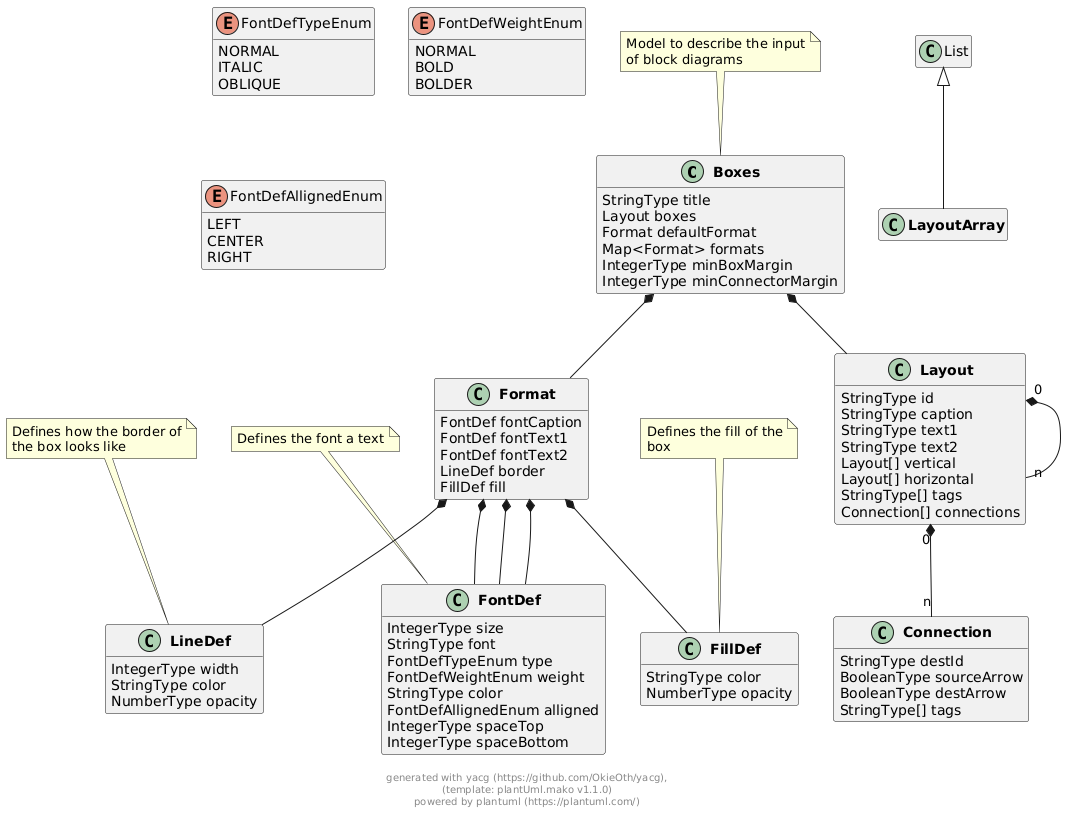
This is docs/models/png/boxes.png from OkieOth/draw.chart.things, a PlantUML export, as it was before one commit.
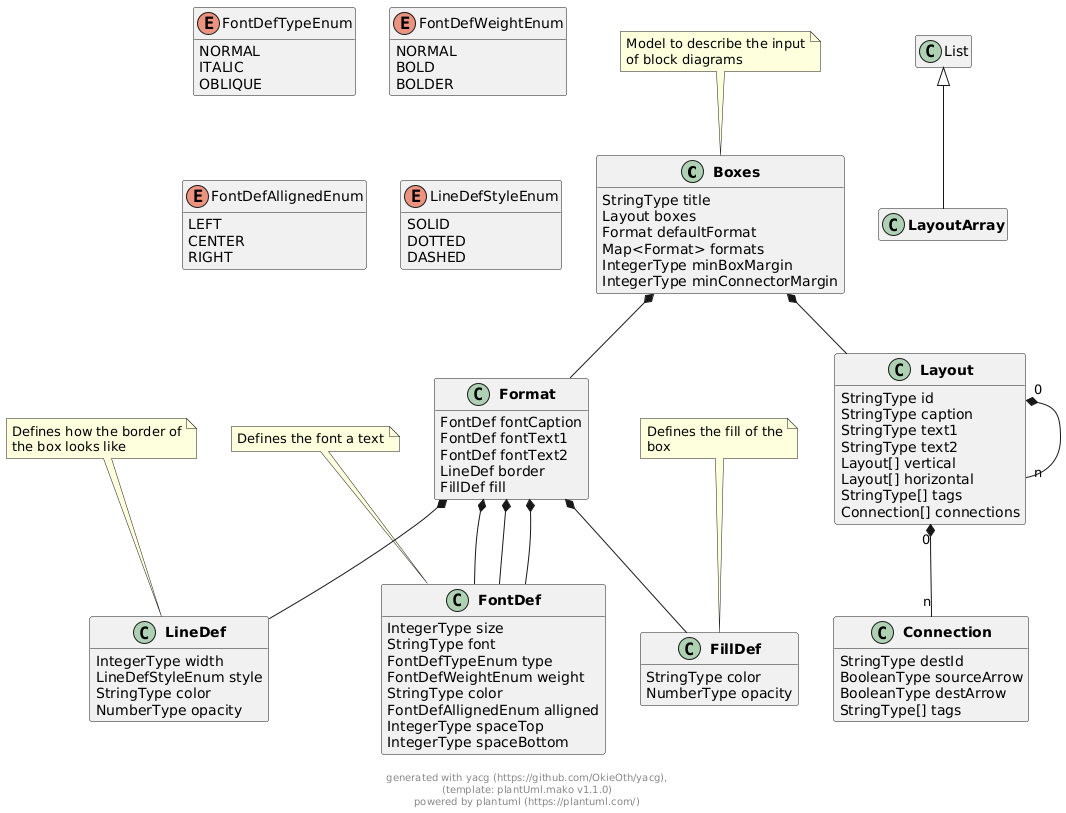
Later version of the same file.

Commit message:
generated boxes document model

Diff of the diagram source:
```diff
@@ -67,6 +67,7 @@
 
 class "**LineDef**" as LineDef {
         IntegerType width
+        LineDefStyleEnum style
         StringType color
         NumberType opacity
 }
@@ -98,6 +99,12 @@
     LEFT
     CENTER
     RIGHT
+}
+
+enum "LineDefStyleEnum" as LineDefStyleEnum {
+    SOLID
+    DOTTED
+    DASHED
 }
 
 
@@ -159,5 +166,7 @@
 
 
 
+
+
 footer \ngenerated with yacg (https://github.com/OkieOth/yacg),\n(template: plantUml.mako v1.1.0)\npowered by plantuml (https://plantuml.com/)
 @enduml
```
